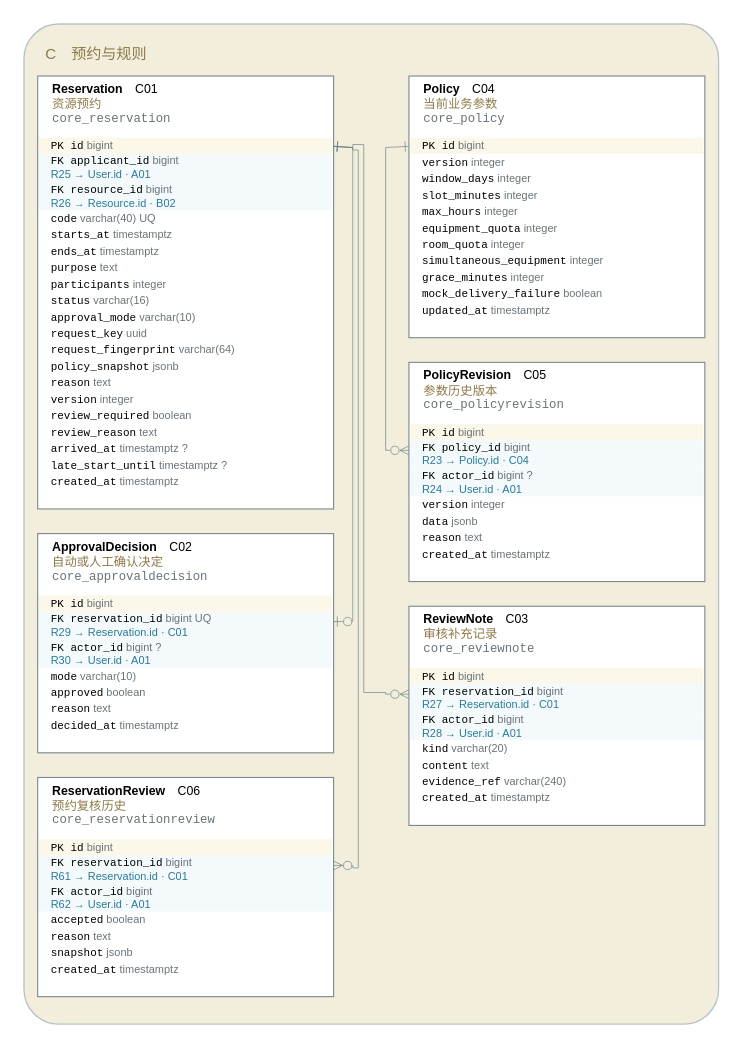
This is models/图形源文件/图D-4-预约与规则ERD.drawio from yvming67-gif/campus-lab-equipment-manager, a draw.io file, before an edit. Source tidied: cells renumbered, new cells numbered last; positions are measured from the earlier drawing's top-left corner, leaving out a move shared by most shapes. Both pictures are drawn from the tidied source at 137%, with x=0, y=0 at pixel (23, 23).
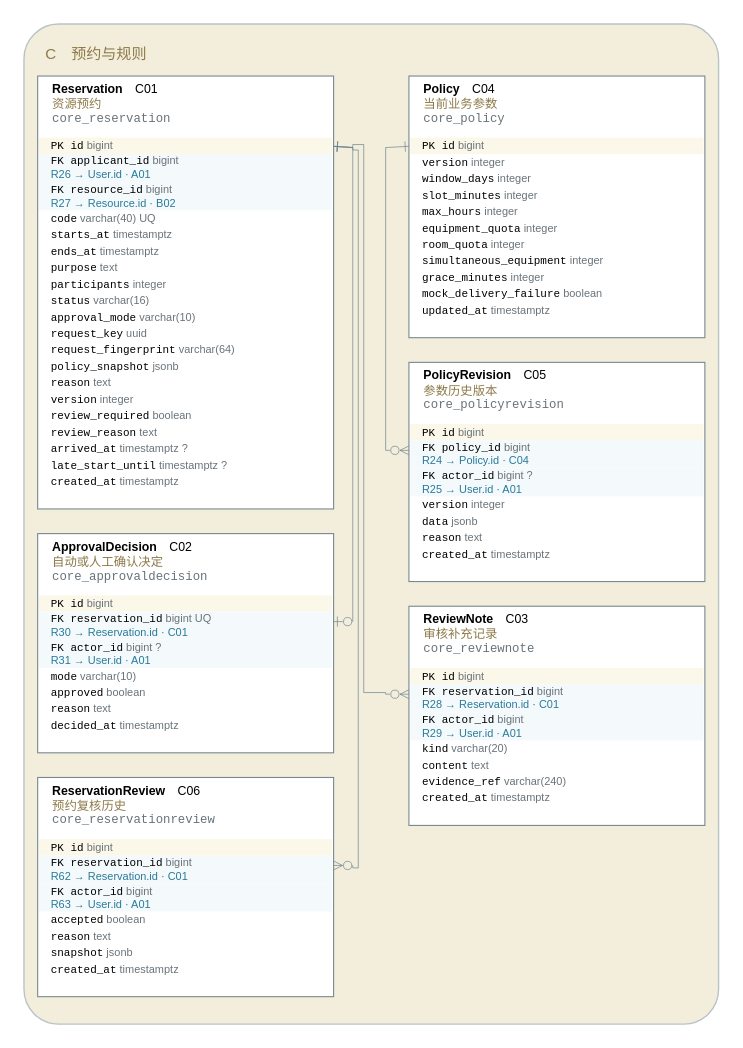
After the change.

The change refers to these unchanged cells:
```xml
<mxCell id="6" style="rounded=0;fillColor=#ffffff;strokeColor=#78888e;strokeWidth=0.8;" parent="3" vertex="1">
  <mxGeometry x="10" y="38" width="216" height="316" as="geometry" />
</mxCell>
<mxCell id="28" style="rounded=0;fillColor=#ffffff;strokeColor=#78888e;strokeWidth=0.8;" parent="3" vertex="1">
  <mxGeometry x="10" y="372" width="216" height="160" as="geometry" />
</mxCell>
<mxCell id="37" style="rounded=0;fillColor=#ffffff;strokeColor=#78888e;strokeWidth=0.8;" parent="3" vertex="1">
  <mxGeometry x="10" y="550" width="216" height="160" as="geometry" />
</mxCell>
<mxCell id="59" style="rounded=0;fillColor=#ffffff;strokeColor=#78888e;strokeWidth=0.8;" parent="3" vertex="1">
  <mxGeometry x="281" y="247" width="216" height="160" as="geometry" />
</mxCell>
<mxCell id="68" style="rounded=0;fillColor=#ffffff;strokeColor=#78888e;strokeWidth=0.8;" parent="3" vertex="1">
  <mxGeometry x="281" y="425" width="216" height="160" as="geometry" />
</mxCell>
```

Change to the diagram source:
```diff
@@
-    <mxCell id="9" value="&lt;font face='Consolas'&gt;FK applicant_id&lt;/font&gt; &lt;font color='#69737a'&gt;bigint&lt;/font&gt;&lt;br/&gt;&lt;font color='#287a9a'&gt;R25 → User.id · A01&lt;/font&gt;" style="text;html=1;whiteSpace=wrap;fillColor=#f4f9fb;strokeColor=none;align=left;verticalAlign=middle;spacingLeft=7;fontSize=8;fontFamily=Microsoft YaHei;" parent="6" vertex="1">
+    <mxCell id="9" value="&lt;font face='Consolas'&gt;FK applicant_id&lt;/font&gt; &lt;font color='#69737a'&gt;bigint&lt;/font&gt;&lt;br/&gt;&lt;font color='#287a9a'&gt;R26 → User.id · A01&lt;/font&gt;" style="text;html=1;whiteSpace=wrap;fillColor=#f4f9fb;strokeColor=none;align=left;verticalAlign=middle;spacingLeft=7;fontSize=8;fontFamily=Microsoft YaHei;" parent="6" vertex="1">
       <mxGeometry x="1" y="57" width="214" height="20.5" as="geometry" />
     </mxCell>
-    <mxCell id="10" value="&lt;font face='Consolas'&gt;FK resource_id&lt;/font&gt; &lt;font color='#69737a'&gt;bigint&lt;/font&gt;&lt;br/&gt;&lt;font color='#287a9a'&gt;R26 → Resource.id · B02&lt;/font&gt;" style="text;html=1;whiteSpace=wrap;fillColor=#f4f9fb;strokeColor=none;align=left;verticalAlign=middle;spacingLeft=7;fontSize=8;fontFamily=Microsoft YaHei;" parent="6" vertex="1">
+    <mxCell id="10" value="&lt;font face='Consolas'&gt;FK resource_id&lt;/font&gt; &lt;font color='#69737a'&gt;bigint&lt;/font&gt;&lt;br/&gt;&lt;font color='#287a9a'&gt;R27 → Resource.id · B02&lt;/font&gt;" style="text;html=1;whiteSpace=wrap;fillColor=#f4f9fb;strokeColor=none;align=left;verticalAlign=middle;spacingLeft=7;fontSize=8;fontFamily=Microsoft YaHei;" parent="6" vertex="1">
       <mxGeometry x="1" y="77.5" width="214" height="20.5" as="geometry" />
     </mxCell>
@@
-    <mxCell id="31" value="&lt;font face='Consolas'&gt;FK reservation_id&lt;/font&gt; &lt;font color='#69737a'&gt;bigint UQ&lt;/font&gt;&lt;br/&gt;&lt;font color='#287a9a'&gt;R29 → Reservation.id · C01&lt;/font&gt;" style="text;html=1;whiteSpace=wrap;fillColor=#f4f9fb;strokeColor=none;align=left;verticalAlign=middle;spacingLeft=7;fontSize=8;fontFamily=Microsoft YaHei;" parent="28" vertex="1">
+    <mxCell id="31" value="&lt;font face='Consolas'&gt;FK reservation_id&lt;/font&gt; &lt;font color='#69737a'&gt;bigint UQ&lt;/font&gt;&lt;br/&gt;&lt;font color='#287a9a'&gt;R30 → Reservation.id · C01&lt;/font&gt;" style="text;html=1;whiteSpace=wrap;fillColor=#f4f9fb;strokeColor=none;align=left;verticalAlign=middle;spacingLeft=7;fontSize=8;fontFamily=Microsoft YaHei;" parent="28" vertex="1">
       <mxGeometry x="1" y="57" width="214" height="20.5" as="geometry" />
     </mxCell>
-    <mxCell id="32" value="&lt;font face='Consolas'&gt;FK actor_id&lt;/font&gt; &lt;font color='#69737a'&gt;bigint ?&lt;/font&gt;&lt;br/&gt;&lt;font color='#287a9a'&gt;R30 → User.id · A01&lt;/font&gt;" style="text;html=1;whiteSpace=wrap;fillColor=#f4f9fb;strokeColor=none;align=left;verticalAlign=middle;spacingLeft=7;fontSize=8;fontFamily=Microsoft YaHei;" parent="28" vertex="1">
+    <mxCell id="32" value="&lt;font face='Consolas'&gt;FK actor_id&lt;/font&gt; &lt;font color='#69737a'&gt;bigint ?&lt;/font&gt;&lt;br/&gt;&lt;font color='#287a9a'&gt;R31 → User.id · A01&lt;/font&gt;" style="text;html=1;whiteSpace=wrap;fillColor=#f4f9fb;strokeColor=none;align=left;verticalAlign=middle;spacingLeft=7;fontSize=8;fontFamily=Microsoft YaHei;" parent="28" vertex="1">
       <mxGeometry x="1" y="77.5" width="214" height="20.5" as="geometry" />
     </mxCell>
@@
-    <mxCell id="40" value="&lt;font face='Consolas'&gt;FK reservation_id&lt;/font&gt; &lt;font color='#69737a'&gt;bigint&lt;/font&gt;&lt;br/&gt;&lt;font color='#287a9a'&gt;R61 → Reservation.id · C01&lt;/font&gt;" style="text;html=1;whiteSpace=wrap;fillColor=#f4f9fb;strokeColor=none;align=left;verticalAlign=middle;spacingLeft=7;fontSize=8;fontFamily=Microsoft YaHei;" parent="37" vertex="1">
+    <mxCell id="40" value="&lt;font face='Consolas'&gt;FK reservation_id&lt;/font&gt; &lt;font color='#69737a'&gt;bigint&lt;/font&gt;&lt;br/&gt;&lt;font color='#287a9a'&gt;R62 → Reservation.id · C01&lt;/font&gt;" style="text;html=1;whiteSpace=wrap;fillColor=#f4f9fb;strokeColor=none;align=left;verticalAlign=middle;spacingLeft=7;fontSize=8;fontFamily=Microsoft YaHei;" parent="37" vertex="1">
       <mxGeometry x="1" y="57" width="214" height="20.5" as="geometry" />
     </mxCell>
-    <mxCell id="41" value="&lt;font face='Consolas'&gt;FK actor_id&lt;/font&gt; &lt;font color='#69737a'&gt;bigint&lt;/font&gt;&lt;br/&gt;&lt;font color='#287a9a'&gt;R62 → User.id · A01&lt;/font&gt;" style="text;html=1;whiteSpace=wrap;fillColor=#f4f9fb;strokeColor=none;align=left;verticalAlign=middle;spacingLeft=7;fontSize=8;fontFamily=Microsoft YaHei;" parent="37" vertex="1">
+    <mxCell id="41" value="&lt;font face='Consolas'&gt;FK actor_id&lt;/font&gt; &lt;font color='#69737a'&gt;bigint&lt;/font&gt;&lt;br/&gt;&lt;font color='#287a9a'&gt;R63 → User.id · A01&lt;/font&gt;" style="text;html=1;whiteSpace=wrap;fillColor=#f4f9fb;strokeColor=none;align=left;verticalAlign=middle;spacingLeft=7;fontSize=8;fontFamily=Microsoft YaHei;" parent="37" vertex="1">
       <mxGeometry x="1" y="77.5" width="214" height="20.5" as="geometry" />
     </mxCell>
@@
-    <mxCell id="62" value="&lt;font face='Consolas'&gt;FK policy_id&lt;/font&gt; &lt;font color='#69737a'&gt;bigint&lt;/font&gt;&lt;br/&gt;&lt;font color='#287a9a'&gt;R23 → Policy.id · C04&lt;/font&gt;" style="text;html=1;whiteSpace=wrap;fillColor=#f4f9fb;strokeColor=none;align=left;verticalAlign=middle;spacingLeft=7;fontSize=8;fontFamily=Microsoft YaHei;" parent="59" vertex="1">
+    <mxCell id="62" value="&lt;font face='Consolas'&gt;FK policy_id&lt;/font&gt; &lt;font color='#69737a'&gt;bigint&lt;/font&gt;&lt;br/&gt;&lt;font color='#287a9a'&gt;R24 → Policy.id · C04&lt;/font&gt;" style="text;html=1;whiteSpace=wrap;fillColor=#f4f9fb;strokeColor=none;align=left;verticalAlign=middle;spacingLeft=7;fontSize=8;fontFamily=Microsoft YaHei;" parent="59" vertex="1">
       <mxGeometry x="1" y="57" width="214" height="20.5" as="geometry" />
     </mxCell>
-    <mxCell id="63" value="&lt;font face='Consolas'&gt;FK actor_id&lt;/font&gt; &lt;font color='#69737a'&gt;bigint ?&lt;/font&gt;&lt;br/&gt;&lt;font color='#287a9a'&gt;R24 → User.id · A01&lt;/font&gt;" style="text;html=1;whiteSpace=wrap;fillColor=#f4f9fb;strokeColor=none;align=left;verticalAlign=middle;spacingLeft=7;fontSize=8;fontFamily=Microsoft YaHei;" parent="59" vertex="1">
+    <mxCell id="63" value="&lt;font face='Consolas'&gt;FK actor_id&lt;/font&gt; &lt;font color='#69737a'&gt;bigint ?&lt;/font&gt;&lt;br/&gt;&lt;font color='#287a9a'&gt;R25 → User.id · A01&lt;/font&gt;" style="text;html=1;whiteSpace=wrap;fillColor=#f4f9fb;strokeColor=none;align=left;verticalAlign=middle;spacingLeft=7;fontSize=8;fontFamily=Microsoft YaHei;" parent="59" vertex="1">
       <mxGeometry x="1" y="77.5" width="214" height="20.5" as="geometry" />
     </mxCell>
@@
-    <mxCell id="71" value="&lt;font face='Consolas'&gt;FK reservation_id&lt;/font&gt; &lt;font color='#69737a'&gt;bigint&lt;/font&gt;&lt;br/&gt;&lt;font color='#287a9a'&gt;R27 → Reservation.id · C01&lt;/font&gt;" style="text;html=1;whiteSpace=wrap;fillColor=#f4f9fb;strokeColor=none;align=left;verticalAlign=middle;spacingLeft=7;fontSize=8;fontFamily=Microsoft YaHei;" parent="68" vertex="1">
+    <mxCell id="71" value="&lt;font face='Consolas'&gt;FK reservation_id&lt;/font&gt; &lt;font color='#69737a'&gt;bigint&lt;/font&gt;&lt;br/&gt;&lt;font color='#287a9a'&gt;R28 → Reservation.id · C01&lt;/font&gt;" style="text;html=1;whiteSpace=wrap;fillColor=#f4f9fb;strokeColor=none;align=left;verticalAlign=middle;spacingLeft=7;fontSize=8;fontFamily=Microsoft YaHei;" parent="68" vertex="1">
       <mxGeometry x="1" y="57" width="214" height="20.5" as="geometry" />
     </mxCell>
-    <mxCell id="72" value="&lt;font face='Consolas'&gt;FK actor_id&lt;/font&gt; &lt;font color='#69737a'&gt;bigint&lt;/font&gt;&lt;br/&gt;&lt;font color='#287a9a'&gt;R28 → User.id · A01&lt;/font&gt;" style="text;html=1;whiteSpace=wrap;fillColor=#f4f9fb;strokeColor=none;align=left;verticalAlign=middle;spacingLeft=7;fontSize=8;fontFamily=Microsoft YaHei;" parent="68" vertex="1">
+    <mxCell id="72" value="&lt;font face='Consolas'&gt;FK actor_id&lt;/font&gt; &lt;font color='#69737a'&gt;bigint&lt;/font&gt;&lt;br/&gt;&lt;font color='#287a9a'&gt;R29 → User.id · A01&lt;/font&gt;" style="text;html=1;whiteSpace=wrap;fillColor=#f4f9fb;strokeColor=none;align=left;verticalAlign=middle;spacingLeft=7;fontSize=8;fontFamily=Microsoft YaHei;" parent="68" vertex="1">
       <mxGeometry x="1" y="77.5" width="214" height="20.5" as="geometry" />
     </mxCell>
```
